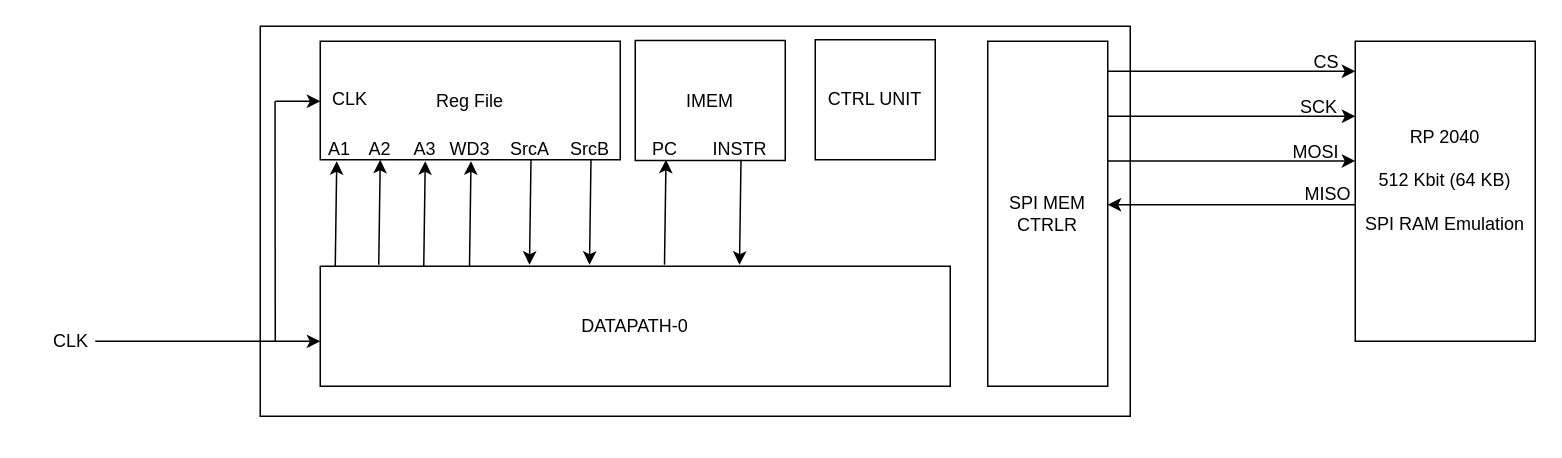
This is single-cycle/Hardware Arch.drawio from ubc-asic/superscalar-summer, a draw.io file, before an edit. Source tidied: cells renumbered, new cells numbered last; positions are measured from the earlier drawing's top-left corner, leaving out a move shared by most shapes. Both pictures are drawn from the tidied source at 150%, with x=0, y=0 at pixel (26, 26).
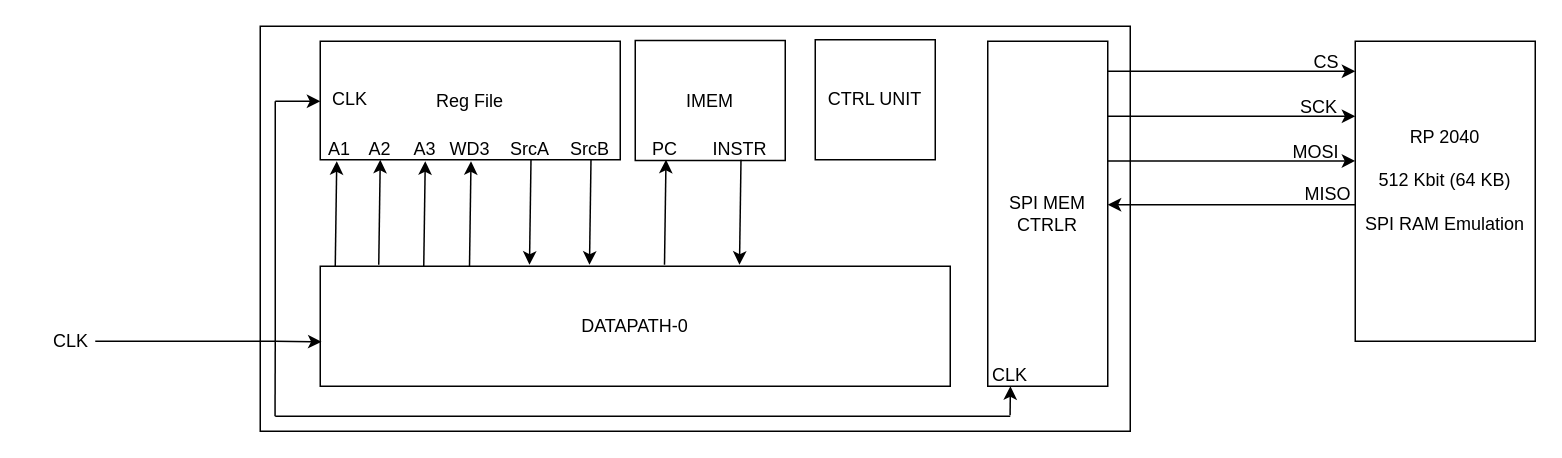
The same diagram, later.

Commit message:
update clk signal to mem ctrlr

Unchanged cells that the change refers to:
```xml
<mxCell id="6" value="DATAPATH-0" style="whiteSpace=wrap;html=1;" parent="1" vertex="1">
  <mxGeometry x="196" y="160" width="420" height="80" as="geometry" />
</mxCell>
```

Diff of the diagram source:
```diff
@@
     <mxCell id="3" value="&lt;div&gt;&lt;br&gt;&lt;/div&gt;" style="whiteSpace=wrap;html=1;" parent="1" vertex="1">
-      <mxGeometry x="156" width="580" height="260" as="geometry" />
+      <mxGeometry x="156" width="580" height="270" as="geometry" />
     </mxCell>
@@
-    <mxCell id="32" style="endArrow=none;html=1;rounded=0;entryX=0.017;entryY=0.192;entryDx=0;entryDy=0;entryPerimeter=0;" parent="1" edge="1" target="3">
+    <mxCell id="32" style="endArrow=none;html=1;rounded=0;" parent="1" edge="1">
       <mxGeometry relative="1" as="geometry">
         <mxPoint x="166" y="210" as="sourcePoint" />
+        <mxPoint x="166" y="50" as="targetPoint" />
       </mxGeometry>
     </mxCell>
@@
-    <mxCell id="34" style="endArrow=classic;html=1;rounded=0;entryX=0.069;entryY=0.808;entryDx=0;entryDy=0;entryPerimeter=0;" parent="1" edge="1" target="3">
+    <mxCell id="34" style="endArrow=classic;html=1;rounded=0;entryX=0.002;entryY=0.63;entryDx=0;entryDy=0;entryPerimeter=0;" parent="1" edge="1" target="6">
       <mxGeometry relative="1" as="geometry">
         <mxPoint x="166" y="210" as="sourcePoint" />
       </mxGeometry>
     </mxCell>
@@
+    <mxCell id="39" style="endArrow=none;html=1;rounded=0;entryX=0.017;entryY=0.963;entryDx=0;entryDy=0;entryPerimeter=0;" parent="1" edge="1" target="3">
+      <mxGeometry relative="1" as="geometry">
+        <mxPoint x="166" y="210" as="sourcePoint" />
+      </mxGeometry>
+    </mxCell>
+    <mxCell id="40" value="CLK" style="text;html=1;whiteSpace=wrap;strokeColor=none;fillColor=none;align=center;verticalAlign=middle;rounded=0;" parent="1" vertex="1">
+      <mxGeometry x="626" y="218" width="60" height="30" as="geometry" />
+    </mxCell>
+    <mxCell id="41" style="endArrow=none;html=1;rounded=0;" parent="1" edge="1">
+      <mxGeometry relative="1" as="geometry">
+        <mxPoint x="166" y="260" as="sourcePoint" />
+        <mxPoint x="656" y="260" as="targetPoint" />
+      </mxGeometry>
+    </mxCell>
+    <mxCell id="42" style="endArrow=classic;html=1;rounded=0;entryX=0.316;entryY=1.003;entryDx=0;entryDy=0;entryPerimeter=0;" parent="1" edge="1">
+      <mxGeometry relative="1" as="geometry">
+        <mxPoint x="655.9" y="259.3" as="sourcePoint" />
+        <mxPoint x="656.1" y="240" as="targetPoint" />
+      </mxGeometry>
+    </mxCell>
```
